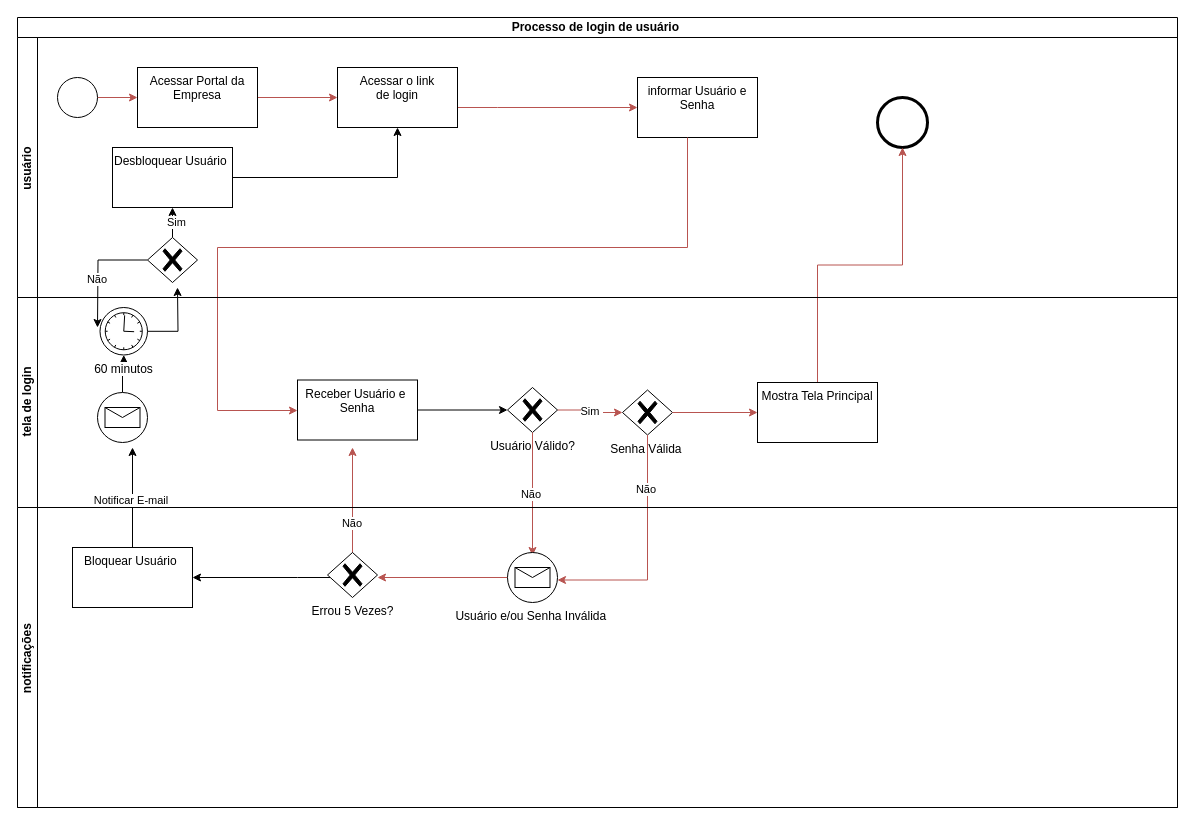
The draw.io diagram Diagrama sem nome.drawio in joaomaiavn/Jogo-Secreto, before the edit. Source tidied: cells renumbered, new cells numbered last; positions are measured from the earlier drawing's top-left corner, leaving out a move shared by most shapes. Both pictures are drawn from the tidied source at 100%, with x=0, y=0 at pixel (17, 17).
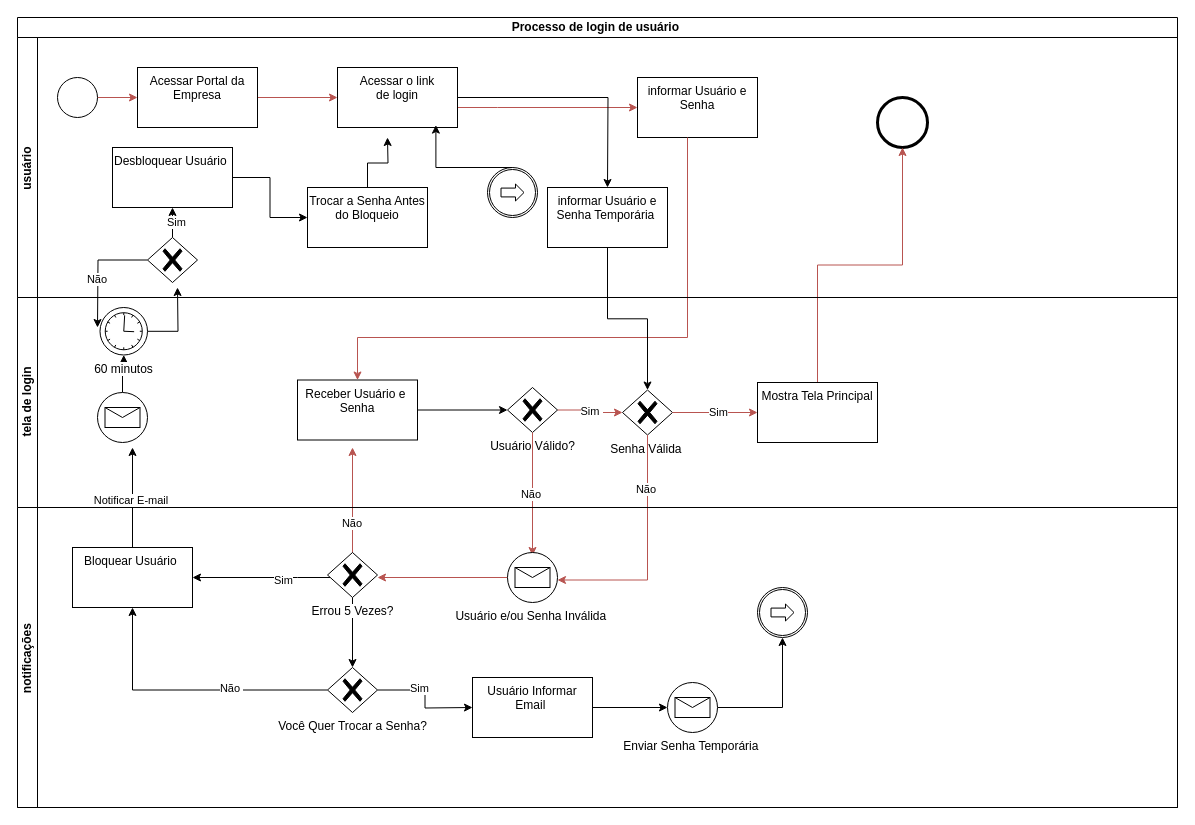
The same page after the edit.

The change refers to these unchanged cells:
```xml
<mxCell id="2" value="Processo de login de usuário&amp;nbsp;" style="swimlane;html=1;horizontal=1;startSize=20;whiteSpace=wrap;" parent="1" vertex="1">
  <mxGeometry width="1160" height="790" as="geometry" />
</mxCell>
<mxCell id="3" value="usuário&amp;nbsp;" style="swimlane;html=1;startSize=20;horizontal=0;" parent="2" vertex="1">
  <mxGeometry y="20" width="1160" height="260" as="geometry" />
</mxCell>
<mxCell id="9" value="Acessar o link&lt;div&gt;de login&lt;/div&gt;&lt;div&gt;&lt;br&gt;&lt;/div&gt;" style="whiteSpace=wrap;html=1;verticalAlign=top;labelBackgroundColor=#ffffff;" parent="3" vertex="1">
  <mxGeometry x="320" y="30" width="120" height="60" as="geometry" />
</mxCell>
<mxCell id="10" value="informar Usuário e Senha" style="whiteSpace=wrap;html=1;verticalAlign=top;labelBackgroundColor=#ffffff;" parent="3" vertex="1">
  <mxGeometry x="620" y="40" width="120" height="60" as="geometry" />
</mxCell>
<mxCell id="13" value="Desbloquear Usuário&amp;nbsp;" style="whiteSpace=wrap;html=1;verticalAlign=top;labelBackgroundColor=#ffffff;" parent="3" vertex="1">
  <mxGeometry x="95" y="110" width="120" height="60" as="geometry" />
</mxCell>
<mxCell id="22" value="Receber Usuário e&amp;nbsp;&lt;div&gt;Senha&lt;/div&gt;" style="whiteSpace=wrap;html=1;verticalAlign=top;labelBackgroundColor=#ffffff;" parent="21" vertex="1">
  <mxGeometry x="280" y="82.5" width="120" height="60" as="geometry" />
</mxCell>
<mxCell id="27" value="Senha Válida&amp;nbsp;" style="points=[[0.25,0.25,0],[0.5,0,0],[0.75,0.25,0],[1,0.5,0],[0.75,0.75,0],[0.5,1,0],[0.25,0.75,0],[0,0.5,0]];shape=mxgraph.bpmn.gateway2;html=1;verticalLabelPosition=bottom;labelBackgroundColor=#ffffff;verticalAlign=top;align=center;perimeter=rhombusPerimeter;outlineConnect=0;outline=none;symbol=none;gwType=exclusive;" parent="21" vertex="1">
  <mxGeometry x="605" y="92.5" width="50" height="45" as="geometry" />
</mxCell>
<mxCell id="36" style="edgeStyle=orthogonalEdgeStyle;rounded=0;jettySize=auto;html=1;fillColor=#f8cecc;strokeColor=#b85450;" parent="21" edge="1" source="27" target="23">
  <mxGeometry relative="1" as="geometry" />
</mxCell>
<mxCell id="41" value="notificações&amp;nbsp;" style="swimlane;html=1;startSize=20;horizontal=0;" parent="2" vertex="1">
  <mxGeometry y="490" width="1160" height="300" as="geometry" />
</mxCell>
<mxCell id="43" style="edgeStyle=orthogonalEdgeStyle;rounded=0;jettySize=auto;html=1;entryX=1;entryY=0.5;entryDx=0;entryDy=0;" parent="41" edge="1" source="44" target="47">
  <mxGeometry relative="1" as="geometry">
    <Array as="points">
      <mxPoint x="280" y="70" />
      <mxPoint x="280" y="70" />
    </Array>
  </mxGeometry>
</mxCell>
<mxCell id="44" value="Errou 5 Vezes?" style="points=[[0.25,0.25,0],[0.5,0,0],[0.75,0.25,0],[1,0.5,0],[0.75,0.75,0],[0.5,1,0],[0.25,0.75,0],[0,0.5,0]];shape=mxgraph.bpmn.gateway2;html=1;verticalLabelPosition=bottom;labelBackgroundColor=#ffffff;verticalAlign=top;align=center;perimeter=rhombusPerimeter;outlineConnect=0;outline=none;symbol=none;gwType=exclusive;direction=east;" parent="41" vertex="1">
  <mxGeometry x="310" y="45" width="50" height="45" as="geometry" />
</mxCell>
<mxCell id="47" value="Bloquear Usuário&amp;nbsp;" style="whiteSpace=wrap;html=1;verticalAlign=top;labelBackgroundColor=#ffffff;" parent="41" vertex="1">
  <mxGeometry x="55" y="40" width="120" height="60" as="geometry" />
</mxCell>
```

Diff of the diagram source:
```diff
@@
+    <mxCell id="48" style="edgeStyle=orthogonalEdgeStyle;rounded=0;jettySize=auto;html=1;" parent="3" edge="1" source="9">
+      <mxGeometry relative="1" as="geometry">
+        <mxPoint x="590" y="150" as="targetPoint" />
+      </mxGeometry>
+    </mxCell>
@@
-    <mxCell id="12" style="edgeStyle=orthogonalEdgeStyle;rounded=0;jettySize=auto;html=1;entryX=0.5;entryY=1;entryDx=0;entryDy=0;" parent="3" edge="1" source="13" target="9">
-      <mxGeometry relative="1" as="geometry" />
-    </mxCell>
+    <mxCell id="49" style="edgeStyle=orthogonalEdgeStyle;rounded=0;jettySize=auto;html=1;entryX=0;entryY=0.5;entryDx=0;entryDy=0;" parent="3" edge="1" source="13" target="51">
+      <mxGeometry relative="1" as="geometry" />
+    </mxCell>
@@
+    <mxCell id="50" style="edgeStyle=orthogonalEdgeStyle;rounded=0;jettySize=auto;html=1;" parent="3" edge="1" source="51">
+      <mxGeometry relative="1" as="geometry">
+        <mxPoint x="370" y="100" as="targetPoint" />
+      </mxGeometry>
+    </mxCell>
+    <mxCell id="51" value="Trocar a Senha Antes&lt;div&gt;do Bloqueio&lt;/div&gt;" style="whiteSpace=wrap;html=1;verticalAlign=top;labelBackgroundColor=#ffffff;" parent="3" vertex="1">
+      <mxGeometry x="290" y="150" width="120" height="60" as="geometry" />
+    </mxCell>
+    <mxCell id="52" style="points=[[0.145,0.145,0],[0.5,0,0],[0.855,0.145,0],[1,0.5,0],[0.855,0.855,0],[0.5,1,0],[0.145,0.855,0],[0,0.5,0]];shape=mxgraph.bpmn.event;html=1;verticalLabelPosition=bottom;labelBackgroundColor=#ffffff;verticalAlign=top;align=center;perimeter=ellipsePerimeter;outlineConnect=0;outline=catching;symbol=link;" parent="3" vertex="1">
+      <mxGeometry x="470" y="130" width="50" height="50" as="geometry" />
+    </mxCell>
+    <mxCell id="53" style="edgeStyle=orthogonalEdgeStyle;rounded=0;jettySize=auto;html=1;entryX=0.82;entryY=0.96;entryDx=0;entryDy=0;entryPerimeter=0;" parent="3" edge="1" source="52" target="9">
+      <mxGeometry relative="1" as="geometry">
+        <Array as="points">
+          <mxPoint x="418" y="130" />
+        </Array>
+      </mxGeometry>
+    </mxCell>
+    <mxCell id="54" value="informar Usuário e Senha Temporária&amp;nbsp;" style="whiteSpace=wrap;html=1;verticalAlign=top;labelBackgroundColor=#ffffff;" parent="3" vertex="1">
+      <mxGeometry x="530" y="150" width="120" height="60" as="geometry" />
+    </mxCell>
     <mxCell id="19" style="edgeStyle=orthogonalEdgeStyle;rounded=0;jettySize=auto;html=1;fillColor=#f8cecc;strokeColor=#b85450;" parent="2" edge="1" source="10" target="22">
       <mxGeometry relative="1" as="geometry">
         <Array as="points">
-          <mxPoint x="670" y="230" />
-          <mxPoint x="200" y="230" />
-          <mxPoint x="200" y="393" />
+          <mxPoint x="670" y="320" />
+          <mxPoint x="340" y="320" />
         </Array>
       </mxGeometry>
     </mxCell>
@@
+    <mxCell id="55" value="Sim" style="edgeLabel;html=1;align=center;verticalAlign=middle;" parent="36" vertex="1">
+      <mxGeometry x="0.05" y="1" relative="1" as="geometry" />
+    </mxCell>
@@
+    <mxCell id="56" value="Sim" style="edgeLabel;html=1;align=center;verticalAlign=middle;" parent="43" vertex="1">
+      <mxGeometry x="-0.32" y="2" relative="1" as="geometry" />
+    </mxCell>
+    <mxCell id="57" style="edgeStyle=orthogonalEdgeStyle;rounded=0;jettySize=auto;html=1;" parent="41" edge="1" source="44" target="62">
+      <mxGeometry relative="1" as="geometry" />
+    </mxCell>
@@
+    <mxCell id="58" style="edgeStyle=orthogonalEdgeStyle;rounded=0;jettySize=auto;html=1;entryX=0.5;entryY=1;entryDx=0;entryDy=0;" parent="41" edge="1" source="62" target="47">
+      <mxGeometry relative="1" as="geometry" />
+    </mxCell>
+    <mxCell id="59" value="Não&amp;nbsp;" style="edgeLabel;html=1;align=center;verticalAlign=middle;" parent="58" vertex="1">
+      <mxGeometry x="-0.3" y="-2" relative="1" as="geometry" />
+    </mxCell>
+    <mxCell id="60" style="edgeStyle=orthogonalEdgeStyle;rounded=0;jettySize=auto;html=1;" parent="41" edge="1" source="62">
+      <mxGeometry relative="1" as="geometry">
+        <mxPoint x="455" y="200" as="targetPoint" />
+      </mxGeometry>
+    </mxCell>
+    <mxCell id="61" value="Sim" style="edgeLabel;html=1;align=center;verticalAlign=middle;" parent="60" vertex="1">
+      <mxGeometry x="-0.27" y="2" relative="1" as="geometry" />
+    </mxCell>
+    <mxCell id="62" value="Você Quer Trocar a Senha?" style="points=[[0.25,0.25,0],[0.5,0,0],[0.75,0.25,0],[1,0.5,0],[0.75,0.75,0],[0.5,1,0],[0.25,0.75,0],[0,0.5,0]];shape=mxgraph.bpmn.gateway2;html=1;verticalLabelPosition=bottom;labelBackgroundColor=#ffffff;verticalAlign=top;align=center;perimeter=rhombusPerimeter;outlineConnect=0;outline=none;symbol=none;gwType=exclusive;direction=east;" parent="41" vertex="1">
+      <mxGeometry x="310" y="160" width="50" height="45" as="geometry" />
+    </mxCell>
+    <mxCell id="63" style="edgeStyle=orthogonalEdgeStyle;rounded=0;jettySize=auto;html=1;" parent="41" edge="1" source="64" target="67">
+      <mxGeometry relative="1" as="geometry" />
+    </mxCell>
+    <mxCell id="64" value="Enviar Senha Temporária&amp;nbsp;" style="points=[[0.145,0.145,0],[0.5,0,0],[0.855,0.145,0],[1,0.5,0],[0.855,0.855,0],[0.5,1,0],[0.145,0.855,0],[0,0.5,0]];shape=mxgraph.bpmn.event;html=1;verticalLabelPosition=bottom;labelBackgroundColor=#ffffff;verticalAlign=top;align=center;perimeter=ellipsePerimeter;outlineConnect=0;outline=standard;symbol=message;" parent="41" vertex="1">
+      <mxGeometry x="650" y="175" width="50" height="50" as="geometry" />
+    </mxCell>
+    <mxCell id="65" value="Usuário Informar&lt;div&gt;Email&amp;nbsp;&lt;/div&gt;" style="whiteSpace=wrap;html=1;verticalAlign=top;labelBackgroundColor=#ffffff;" parent="41" vertex="1">
+      <mxGeometry x="455" y="170" width="120" height="60" as="geometry" />
+    </mxCell>
+    <mxCell id="66" style="edgeStyle=orthogonalEdgeStyle;rounded=0;jettySize=auto;html=1;entryX=0;entryY=0.5;entryDx=0;entryDy=0;entryPerimeter=0;" parent="41" edge="1" source="65" target="64">
+      <mxGeometry relative="1" as="geometry" />
+    </mxCell>
+    <mxCell id="67" style="points=[[0.145,0.145,0],[0.5,0,0],[0.855,0.145,0],[1,0.5,0],[0.855,0.855,0],[0.5,1,0],[0.145,0.855,0],[0,0.5,0]];shape=mxgraph.bpmn.event;html=1;verticalLabelPosition=bottom;labelBackgroundColor=#ffffff;verticalAlign=top;align=center;perimeter=ellipsePerimeter;outlineConnect=0;outline=catching;symbol=link;" parent="41" vertex="1">
+      <mxGeometry x="740" y="80" width="50" height="50" as="geometry" />
+    </mxCell>
+    <mxCell id="68" style="edgeStyle=orthogonalEdgeStyle;rounded=0;jettySize=auto;html=1;entryX=0.5;entryY=0;entryDx=0;entryDy=0;entryPerimeter=0;" parent="2" edge="1" source="54" target="27">
+      <mxGeometry relative="1" as="geometry" />
+    </mxCell>
```
